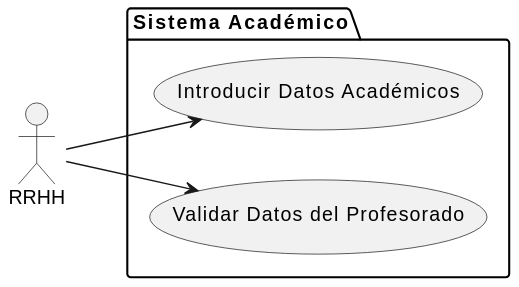
The PlantUML diagram images/modelosUML/CdU/EstructurarCasosDeUso/RRHH.svg in mmasias/24-25-IdSw1-SDR, before a commit.
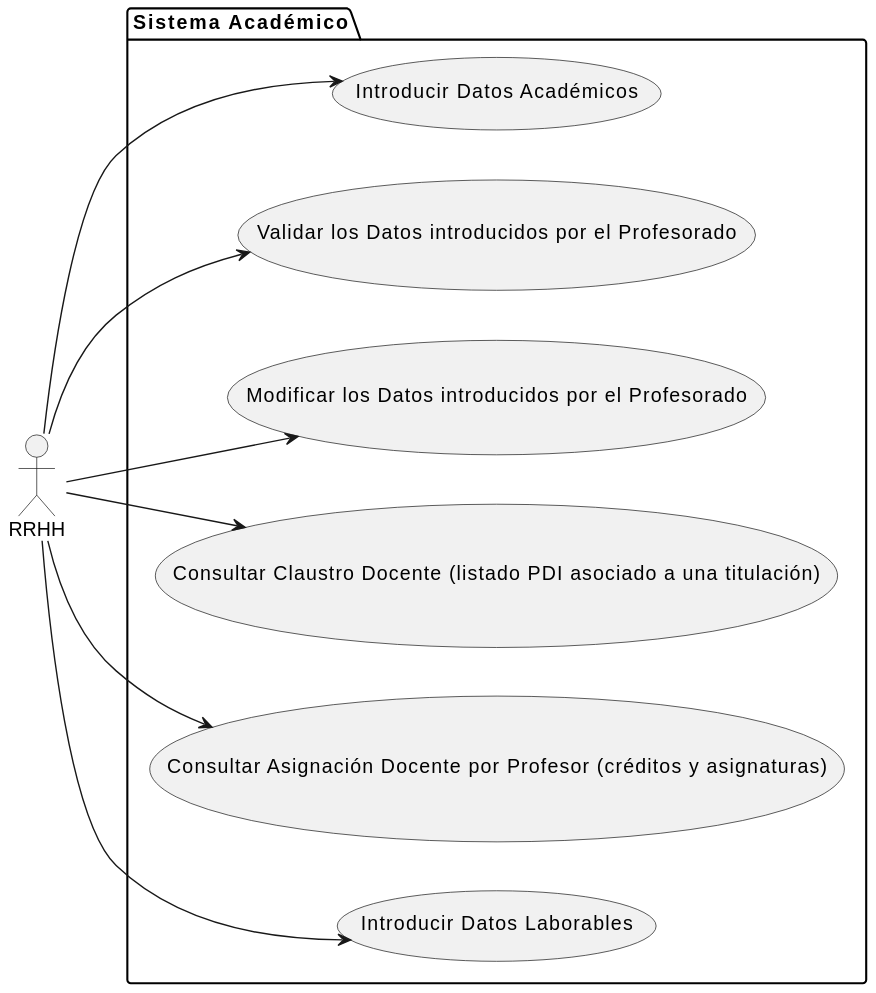
After the change.

What changed in the source:
```diff
@@ -1,10 +1,20 @@
 @startuml
 left to right direction
-actor RRHH as RecursosHumanos
+
+actor RRHH
 package "Sistema Académico" {
     usecase "Introducir Datos Académicos" as IntroducirDatosAcademicos
-    usecase "Validar Datos del Profesorado" as ValidarDatos
+    usecase "Validar los Datos introducidos por el Profesorado" as ValidarDatos
+    usecase "Modificar los Datos introducidos por el Profesorado" as ModificarDatos
+    usecase "Consultar Claustro Docente (listado PDI asociado a una titulación)" as ConsultarClaustro
+    usecase "Consultar Asignación Docente por Profesor (créditos y asignaturas)" as ConsultarAsignacion
+    usecase "Introducir Datos Laborables" as IntroducirDatosLaborables
+
 }
-RecursosHumanos --> IntroducirDatosAcademicos
-RecursosHumanos --> ValidarDatos
+RRHH --> IntroducirDatosAcademicos
+RRHH --> ValidarDatos
+RRHH --> ModificarDatos
+RRHH --> ConsultarClaustro
+RRHH --> ConsultarAsignacion
+RRHH --> IntroducirDatosLaborables
 @enduml
```
